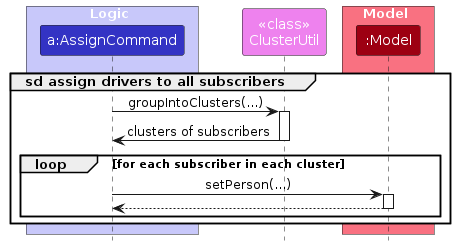
Above: diagrams/AssignLoopSequence.png in AY2526S2-CS2103T-T08-3/tp (PlantUML), before the change. Its source is kept beside it as diagrams/AssignLoopSequence.puml.
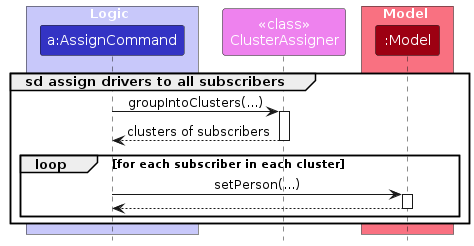
The same file after the commit.

What changed in the source:
```diff
@@ -8,18 +8,18 @@
 participant "a:AssignCommand" as AssignCommand LOGIC_COLOR
 end box
 
-participant "<<class>>\nClusterUtil" as ClusterUtil #EE82EE
+participant "<<class>>\nClusterAssigner" as ClusterAssigner #EE82EE
 
 box Model MODEL_COLOR_T1
 participant ":Model" as Model MODEL_COLOR
 end box
 
 group sd assign drivers to all subscribers
-    AssignCommand -> ClusterUtil : groupIntoClusters(...)
-    activate ClusterUtil
+    AssignCommand -> ClusterAssigner : groupIntoClusters(...)
+    activate ClusterAssigner
 
-    ClusterUtil -> AssignCommand : clusters of subscribers
-    deactivate ClusterUtil
+    ClusterAssigner --> AssignCommand : clusters of subscribers
+    deactivate ClusterAssigner
 
     loop for each subscriber in each cluster
         AssignCommand -> Model : setPerson(...)
```
